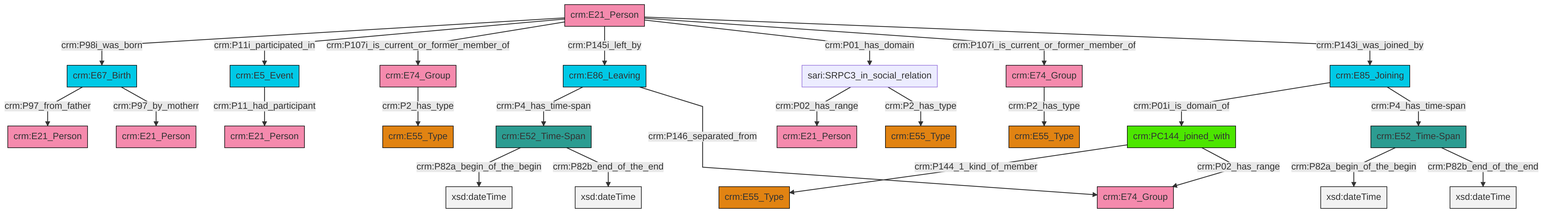
This is et/personCSV/ttl/mmd/png/Person_Actor_Relations.png from swiss-art-research-net/reference-data-models, a Mermaid export, as it was before one commit. Its source is kept beside it as et/personCSV/ttl/mmd/Person_Actor_Relations.ttl.mmd.
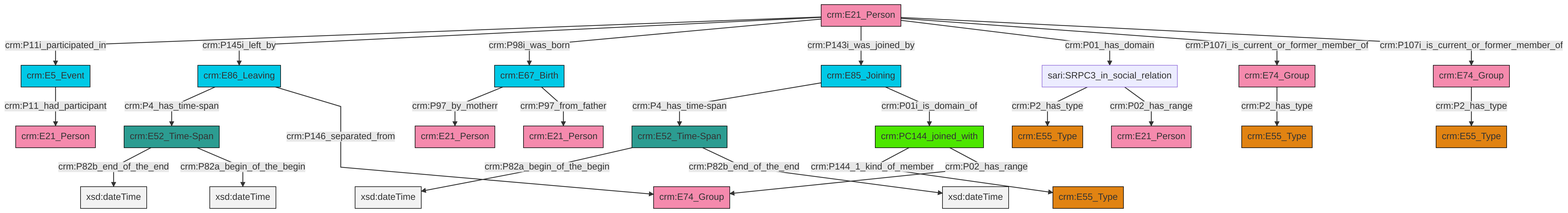
Above is the later version.

The edit, as a diff of the source:
```diff
@@ -13,27 +13,27 @@
 classDef PC_Classes fill:#4ce600, stroke:#000000;
 classDef Multi fill:#cccccc,stroke:#000000;
 
-2["crm:E21_Person"]:::Actor -->|crm:P98i_was_born| 3["crm:E67_Birth"]:::Temporal_Entity
-0["crm:PC144_joined_with"]:::PC_Classes -->|crm:P144_1_kind_of_member| 4["crm:E55_Type"]:::Type
-5["crm:E52_Time-Span"]:::Time-Span -->|crm:P82a_begin_of_the_begin| 6[xsd:dateTime]:::Literal
-2["crm:E21_Person"]:::Actor -->|crm:P11i_participated_in| 7["crm:E5_Event"]:::Temporal_Entity
-11["crm:E85_Joining"]:::Temporal_Entity -->|crm:P01i_is_domain_of| 0["crm:PC144_joined_with"]:::PC_Classes
-2["crm:E21_Person"]:::Actor -->|crm:P107i_is_current_or_former_member_of| 12["crm:E74_Group"]:::Actor
-15["sari:SRPC3_in_social_relation"]:::Default -->|crm:P02_has_range| 16["crm:E21_Person"]:::Actor
-7["crm:E5_Event"]:::Temporal_Entity -->|crm:P11_had_participant| 17["crm:E21_Person"]:::Actor
-5["crm:E52_Time-Span"]:::Time-Span -->|crm:P82b_end_of_the_end| 19[xsd:dateTime]:::Literal
-3["crm:E67_Birth"]:::Temporal_Entity -->|crm:P97_from_father| 21["crm:E21_Person"]:::Actor
-2["crm:E21_Person"]:::Actor -->|crm:P145i_left_by| 22["crm:E86_Leaving"]:::Temporal_Entity
-2["crm:E21_Person"]:::Actor -->|crm:P01_has_domain| 15["sari:SRPC3_in_social_relation"]:::Default
-22["crm:E86_Leaving"]:::Temporal_Entity -->|crm:P4_has_time-span| 13["crm:E52_Time-Span"]:::Time-Span
-2["crm:E21_Person"]:::Actor -->|crm:P107i_is_current_or_former_member_of| 31["crm:E74_Group"]:::Actor
-31["crm:E74_Group"]:::Actor -->|crm:P2_has_type| 9["crm:E55_Type"]:::Type
-11["crm:E85_Joining"]:::Temporal_Entity -->|crm:P4_has_time-span| 5["crm:E52_Time-Span"]:::Time-Span
-13["crm:E52_Time-Span"]:::Time-Span -->|crm:P82a_begin_of_the_begin| 32[xsd:dateTime]:::Literal
-13["crm:E52_Time-Span"]:::Time-Span -->|crm:P82b_end_of_the_end| 33[xsd:dateTime]:::Literal
-22["crm:E86_Leaving"]:::Temporal_Entity -->|crm:P146_separated_from| 23["crm:E74_Group"]:::Actor
-0["crm:PC144_joined_with"]:::PC_Classes -->|crm:P02_has_range| 23["crm:E74_Group"]:::Actor
-15["sari:SRPC3_in_social_relation"]:::Default -->|crm:P2_has_type| 34["crm:E55_Type"]:::Type
-3["crm:E67_Birth"]:::Temporal_Entity -->|crm:P97_by_motherr| 40["crm:E21_Person"]:::Actor
-12["crm:E74_Group"]:::Actor -->|crm:P2_has_type| 27["crm:E55_Type"]:::Type
-2["crm:E21_Person"]:::Actor -->|crm:P143i_was_joined_by| 11["crm:E85_Joining"]:::Temporal_Entity
+0["crm:E52_Time-Span"]:::Time-Span -->|crm:P82b_end_of_the_end| 1[xsd:dateTime]:::Literal
+2["crm:E5_Event"]:::Temporal_Entity -->|crm:P11_had_participant| 3["crm:E21_Person"]:::Actor
+6["crm:E52_Time-Span"]:::Time-Span -->|crm:P82a_begin_of_the_begin| 7[xsd:dateTime]:::Literal
+11["crm:E21_Person"]:::Actor -->|crm:P11i_participated_in| 2["crm:E5_Event"]:::Temporal_Entity
+12["crm:E86_Leaving"]:::Temporal_Entity -->|crm:P4_has_time-span| 0["crm:E52_Time-Span"]:::Time-Span
+9["crm:PC144_joined_with"]:::PC_Classes -->|crm:P144_1_kind_of_member| 13["crm:E55_Type"]:::Type
+11["crm:E21_Person"]:::Actor -->|crm:P145i_left_by| 12["crm:E86_Leaving"]:::Temporal_Entity
+14["sari:SRPC3_in_social_relation"]:::Default -->|crm:P2_has_type| 15["crm:E55_Type"]:::Type
+11["crm:E21_Person"]:::Actor -->|crm:P98i_was_born| 16["crm:E67_Birth"]:::Temporal_Entity
+19["crm:E85_Joining"]:::Temporal_Entity -->|crm:P4_has_time-span| 6["crm:E52_Time-Span"]:::Time-Span
+0["crm:E52_Time-Span"]:::Time-Span -->|crm:P82a_begin_of_the_begin| 20[xsd:dateTime]:::Literal
+11["crm:E21_Person"]:::Actor -->|crm:P143i_was_joined_by| 19["crm:E85_Joining"]:::Temporal_Entity
+9["crm:PC144_joined_with"]:::PC_Classes -->|crm:P02_has_range| 24["crm:E74_Group"]:::Actor
+6["crm:E52_Time-Span"]:::Time-Span -->|crm:P82b_end_of_the_end| 25[xsd:dateTime]:::Literal
+16["crm:E67_Birth"]:::Temporal_Entity -->|crm:P97_by_motherr| 29["crm:E21_Person"]:::Actor
+11["crm:E21_Person"]:::Actor -->|crm:P01_has_domain| 14["sari:SRPC3_in_social_relation"]:::Default
+17["crm:E74_Group"]:::Actor -->|crm:P2_has_type| 4["crm:E55_Type"]:::Type
+12["crm:E86_Leaving"]:::Temporal_Entity -->|crm:P146_separated_from| 24["crm:E74_Group"]:::Actor
+14["sari:SRPC3_in_social_relation"]:::Default -->|crm:P02_has_range| 22["crm:E21_Person"]:::Actor
+11["crm:E21_Person"]:::Actor -->|crm:P107i_is_current_or_former_member_of| 17["crm:E74_Group"]:::Actor
+19["crm:E85_Joining"]:::Temporal_Entity -->|crm:P01i_is_domain_of| 9["crm:PC144_joined_with"]:::PC_Classes
+11["crm:E21_Person"]:::Actor -->|crm:P107i_is_current_or_former_member_of| 36["crm:E74_Group"]:::Actor
+36["crm:E74_Group"]:::Actor -->|crm:P2_has_type| 27["crm:E55_Type"]:::Type
+16["crm:E67_Birth"]:::Temporal_Entity -->|crm:P97_from_father| 31["crm:E21_Person"]:::Actor
```
